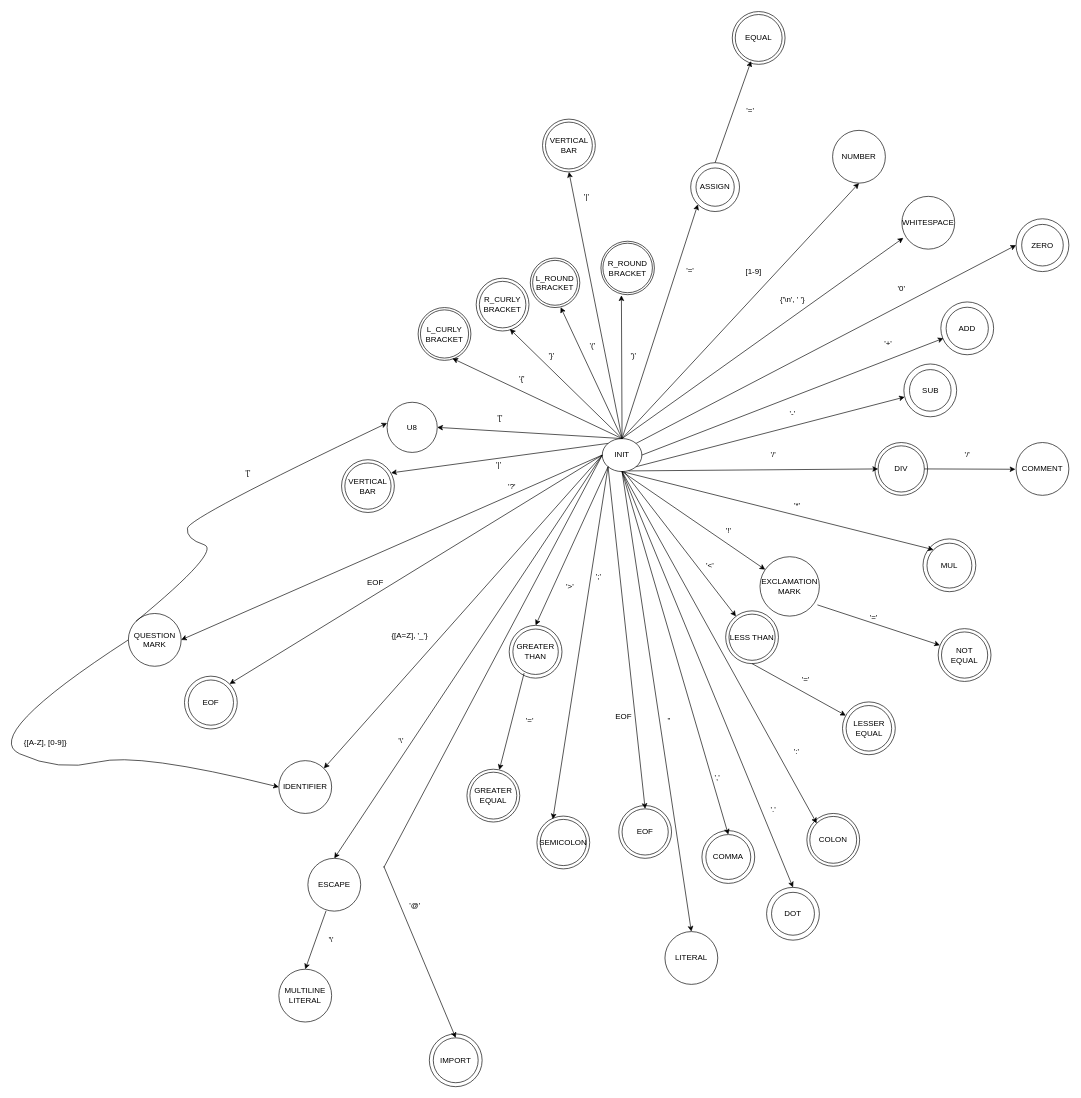
This is doc/Lexical_scanner.drawio from Igor-Lacko/ifj-project-2024, a draw.io file, before an edit. Source tidied: cells renumbered, new cells numbered last; positions are measured from the earlier drawing's top-left corner, leaving out a move shared by most shapes. Both pictures are drawn from the tidied source at 66%, with x=0, y=0 at pixel (-20, 11).
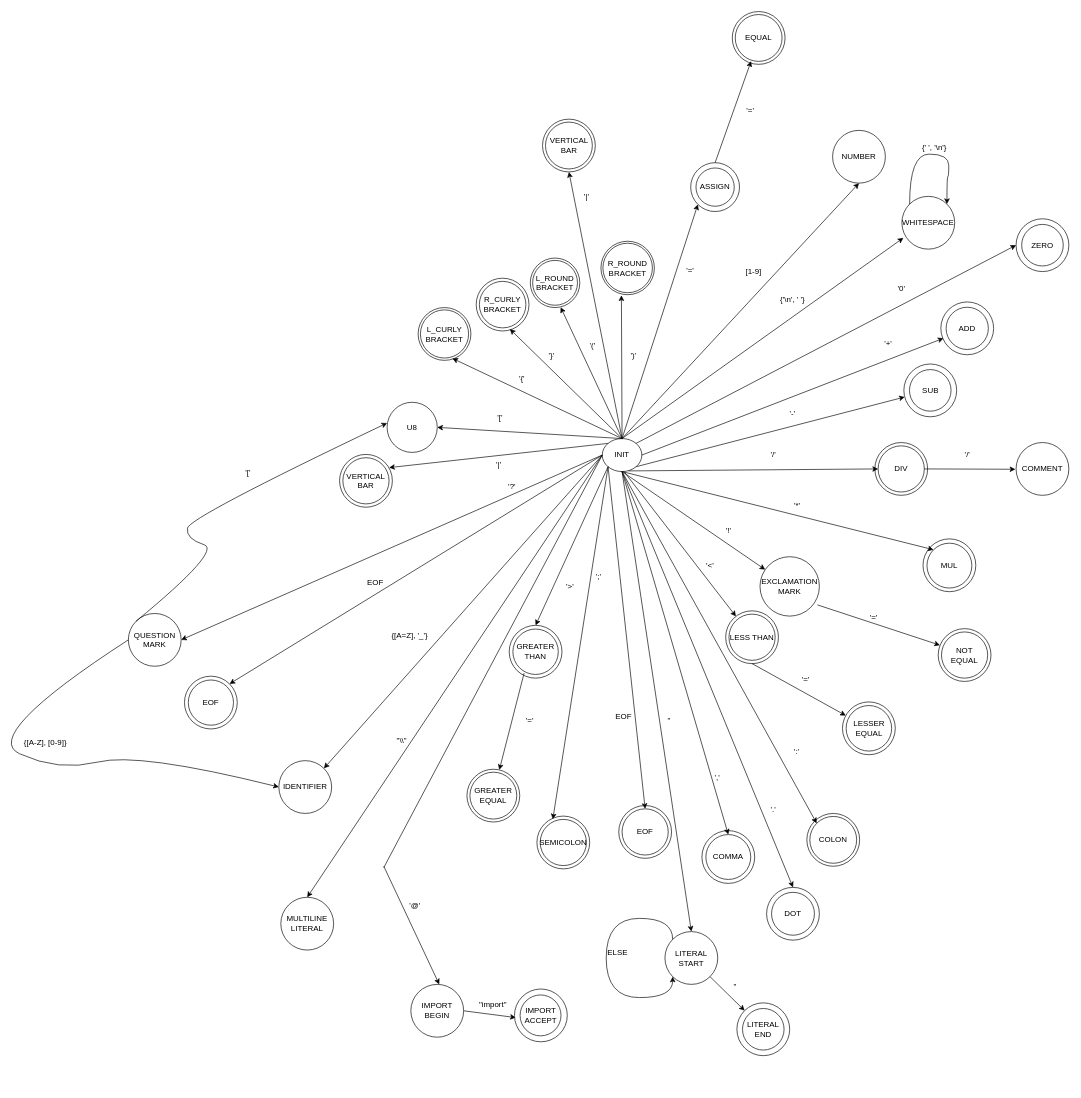
Above is the later version.

Unchanged cells that the change refers to:
```xml
<mxCell id="5" value="INIT" style="ellipse;whiteSpace=wrap;html=1;" parent="3" vertex="1">
  <mxGeometry x="60" width="60" height="50" as="geometry" />
</mxCell>
<mxCell id="137" value="WHITESPACE" style="ellipse;whiteSpace=wrap;html=1;" parent="1" vertex="1">
  <mxGeometry x="1396" y="280" width="80" height="80" as="geometry" />
</mxCell>
```

What changed in the source:
```diff
@@
     <mxCell id="86" style="group;" parent="1" vertex="1">
-      <mxGeometry x="547" y="679" width="80" height="80" as="geometry" />
+      <mxGeometry x="544" y="671" width="80" height="80" as="geometry" />
     </mxCell>
@@
-    <mxCell id="132" value="LITERAL" style="ellipse;whiteSpace=wrap;html=1;" parent="1" vertex="1">
+    <mxCell id="132" value="LITERAL&lt;div&gt;START&lt;/div&gt;" style="ellipse;whiteSpace=wrap;html=1;" parent="1" vertex="1">
       <mxGeometry x="1037" y="1394" width="80" height="80" as="geometry" />
     </mxCell>
-    <mxCell id="133" style="edgeStyle=none;rounded=0;jettySize=auto;html=1;exitX=0.345;exitY=0.993;exitDx=0;exitDy=0;entryX=0.5;entryY=0;entryDx=0;entryDy=0;exitPerimeter=0;" parent="1" edge="1" source="134" target="135">
-      <mxGeometry relative="1" as="geometry" />
-    </mxCell>
-    <mxCell id="134" value="ESCAPE" style="ellipse;whiteSpace=wrap;html=1;" parent="1" vertex="1">
-      <mxGeometry x="496" y="1283" width="80" height="80" as="geometry" />
-    </mxCell>
     <mxCell id="135" value="MULTILINE LITERAL" style="ellipse;whiteSpace=wrap;html=1;" parent="1" vertex="1">
-      <mxGeometry x="452" y="1451" width="80" height="80" as="geometry" />
+      <mxGeometry x="455" y="1342" width="80" height="80" as="geometry" />
     </mxCell>
@@
-    <mxCell id="138" style="edgeStyle=none;rounded=0;jettySize=auto;html=1;exitX=0;exitY=0.5;exitDx=0;exitDy=0;entryX=0.5;entryY=0;entryDx=0;entryDy=0;" parent="1" edge="1" source="5" target="134">
+    <mxCell id="138" style="edgeStyle=none;rounded=0;jettySize=auto;html=1;exitX=0;exitY=0.5;exitDx=0;exitDy=0;entryX=0.5;entryY=0;entryDx=0;entryDy=0;" parent="1" edge="1" source="5" target="135">
       <mxGeometry relative="1" as="geometry" />
     </mxCell>
-    <mxCell id="139" value="'\'" style="text;html=1;align=center;verticalAlign=middle;strokeColor=none;fillColor=none;" parent="1" vertex="1">
-      <mxGeometry x="624" y="1091" width="26" height="26" as="geometry" />
+    <mxCell id="139" value="&quot;\\&quot;" style="text;html=1;align=center;verticalAlign=middle;strokeColor=none;fillColor=none;" parent="1" vertex="1">
+      <mxGeometry x="621" y="1091" width="33" height="26" as="geometry" />
     </mxCell>
-    <mxCell id="140" value="'\'" style="text;html=1;align=center;verticalAlign=middle;strokeColor=none;fillColor=none;" parent="1" vertex="1">
-      <mxGeometry x="518" y="1394" width="26" height="26" as="geometry" />
-    </mxCell>
@@
-    <mxCell id="154" style="group;" parent="1" vertex="1">
-      <mxGeometry x="680" y="1549" width="80" height="80" as="geometry" />
-    </mxCell>
-    <mxCell id="155" value="IMPORT" style="ellipse;whiteSpace=wrap;html=1;" parent="154" vertex="1">
-      <mxGeometry width="80" height="80" as="geometry" />
-    </mxCell>
-    <mxCell id="156" style="ellipse;whiteSpace=wrap;html=1;fillColor=none;" parent="154" vertex="1">
-      <mxGeometry x="6" y="6" width="68" height="68" as="geometry" />
-    </mxCell>
-    <mxCell id="157" style="endArrow=classic;html=1;rounded=0;entryX=0.5;entryY=0;entryDx=0;entryDy=0;" parent="1" edge="1" target="156">
+    <mxCell id="157" style="endArrow=classic;html=1;rounded=0;entryX=0.538;entryY=0;entryDx=0;entryDy=0;entryPerimeter=0;" parent="1" edge="1" target="174">
       <mxGeometry relative="1" as="geometry">
         <mxPoint x="611" y="1295" as="sourcePoint" />
       </mxGeometry>
     </mxCell>
@@
+    <mxCell id="164" style="edgeStyle=orthogonalEdgeStyle;curved=1;rounded=0;orthogonalLoop=1;jettySize=auto;html=1;exitX=0;exitY=0;exitDx=0;exitDy=0;entryX=1;entryY=0;entryDx=0;entryDy=0;" parent="1" edge="1" source="137" target="137">
+      <mxGeometry relative="1" as="geometry">
+        <Array as="points">
+          <mxPoint x="1408" y="216" />
+          <mxPoint x="1467" y="216" />
+          <mxPoint x="1467" y="250" />
+          <mxPoint x="1464" y="250" />
+        </Array>
+      </mxGeometry>
+    </mxCell>
+    <mxCell id="165" value="{' ', '\n'}" style="text;html=1;align=center;verticalAlign=middle;strokeColor=none;fillColor=none;" parent="1" vertex="1">
+      <mxGeometry x="1417" y="193" width="55" height="26" as="geometry" />
+    </mxCell>
+    <mxCell id="166" style="edgeStyle=orthogonalEdgeStyle;curved=1;rounded=0;orthogonalLoop=1;jettySize=auto;html=1;exitX=0;exitY=0;exitDx=0;exitDy=0;entryX=0;entryY=1;entryDx=0;entryDy=0;" parent="1" edge="1" source="132" target="132">
+      <mxGeometry relative="1" as="geometry">
+        <Array as="points">
+          <mxPoint x="1049" y="1374" />
+          <mxPoint x="948" y="1374" />
+          <mxPoint x="948" y="1494" />
+          <mxPoint x="1049" y="1494" />
+        </Array>
+      </mxGeometry>
+    </mxCell>
+    <mxCell id="167" value="ELSE" style="text;html=1;align=center;verticalAlign=middle;strokeColor=none;fillColor=none;" parent="1" vertex="1">
+      <mxGeometry x="940" y="1413" width="49" height="26" as="geometry" />
+    </mxCell>
+    <mxCell id="168" style="group;" parent="1" vertex="1">
+      <mxGeometry x="1146" y="1502" width="80" height="80" as="geometry" />
+    </mxCell>
+    <mxCell id="169" value="LITERAL&lt;div&gt;END&lt;/div&gt;" style="ellipse;whiteSpace=wrap;html=1;" parent="168" vertex="1">
+      <mxGeometry width="80" height="80" as="geometry" />
+    </mxCell>
+    <mxCell id="170" style="ellipse;whiteSpace=wrap;html=1;fillColor=none;" parent="168" vertex="1">
+      <mxGeometry x="8.5" y="8.5" width="63" height="63" as="geometry" />
+    </mxCell>
+    <mxCell id="171" style="endArrow=classic;html=1;rounded=0;curved=1;exitX=1;exitY=1;exitDx=0;exitDy=0;entryX=0;entryY=0;entryDx=0;entryDy=0;" parent="1" edge="1" source="132" target="169">
+      <mxGeometry relative="1" as="geometry" />
+    </mxCell>
+    <mxCell id="172" value="&quot;" style="text;html=1;align=center;verticalAlign=middle;strokeColor=none;fillColor=none;" parent="1" vertex="1">
+      <mxGeometry x="1132" y="1464" width="22" height="26" as="geometry" />
+    </mxCell>
+    <mxCell id="173" style="edgeStyle=none;rounded=0;jettySize=auto;html=1;exitX=1;exitY=0.5;exitDx=0;exitDy=0;" parent="1" edge="1" source="174">
+      <mxGeometry relative="1" as="geometry">
+        <mxPoint x="811" y="1524.3" as="targetPoint" />
+      </mxGeometry>
+    </mxCell>
+    <mxCell id="174" value="IMPORT&lt;div&gt;BEGIN&lt;/div&gt;" style="ellipse;whiteSpace=wrap;html=1;" parent="1" vertex="1">
+      <mxGeometry x="652" y="1474" width="80" height="80" as="geometry" />
+    </mxCell>
+    <mxCell id="175" style="group;" parent="1" vertex="1">
+      <mxGeometry x="809" y="1481" width="80" height="80" as="geometry" />
+    </mxCell>
+    <mxCell id="176" value="IMPORT&lt;div&gt;ACCEPT&lt;/div&gt;" style="ellipse;whiteSpace=wrap;html=1;" parent="175" vertex="1">
+      <mxGeometry width="80" height="80" as="geometry" />
+    </mxCell>
+    <mxCell id="177" style="ellipse;whiteSpace=wrap;html=1;fillColor=none;" parent="175" vertex="1">
+      <mxGeometry x="8.5" y="9" width="62" height="62" as="geometry" />
+    </mxCell>
+    <mxCell id="178" value="&quot;import&quot;" style="text;html=1;align=center;verticalAlign=middle;strokeColor=none;fillColor=none;" parent="1" vertex="1">
+      <mxGeometry x="746" y="1491" width="60" height="26" as="geometry" />
+    </mxCell>
```
